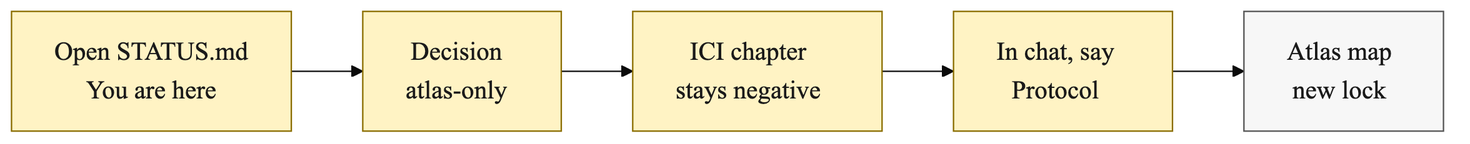
cauld/scendo keeps this Mermaid diagram as docs/diagrams/what-to-run.png. Above is the earlier version. Its source is kept beside it as docs/diagrams/what-to-run.mmd.
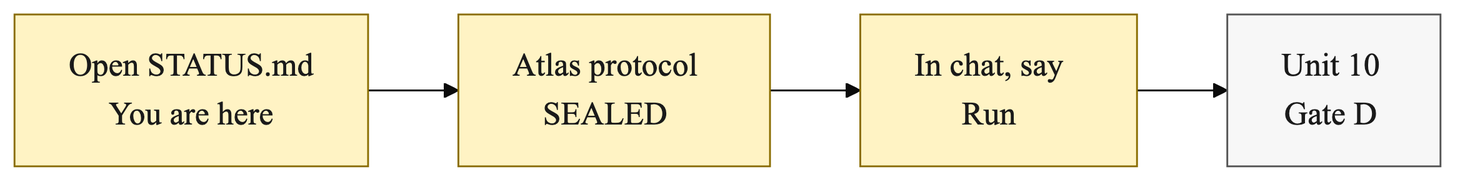
Above is the later version.

The edit, as a diff of the source:
```diff
@@ -1,11 +1,10 @@
 %%{init: {"theme": "base", "themeVariables": {"fontSize": "18px", "fontFamily": "Helvetica, Arial, sans-serif"}} }%%
 flowchart LR
-  A["Open STATUS.md<br/>You are here"] --> B["Decision<br/>atlas-only"]
-  B --> C["ICI chapter<br/>stays negative"]
-  C --> D["In chat, say<br/>Protocol"]
-  D --> E["Atlas map<br/>new lock"]
+  A["Open STATUS.md<br/>You are here"] --> B["Atlas protocol<br/>SEALED"]
+  B --> C["In chat, say<br/>Run"]
+  C --> D["Unit 10<br/>Gate D"]
 
   classDef now fill:#FFF3C4,stroke:#8A6D00,color:#1A1A1A
   classDef step fill:#F7F7F7,stroke:#555555,color:#1A1A1A
-  class A,B,C,D now
-  class E step
+  class A,B,C now
+  class D step
```
